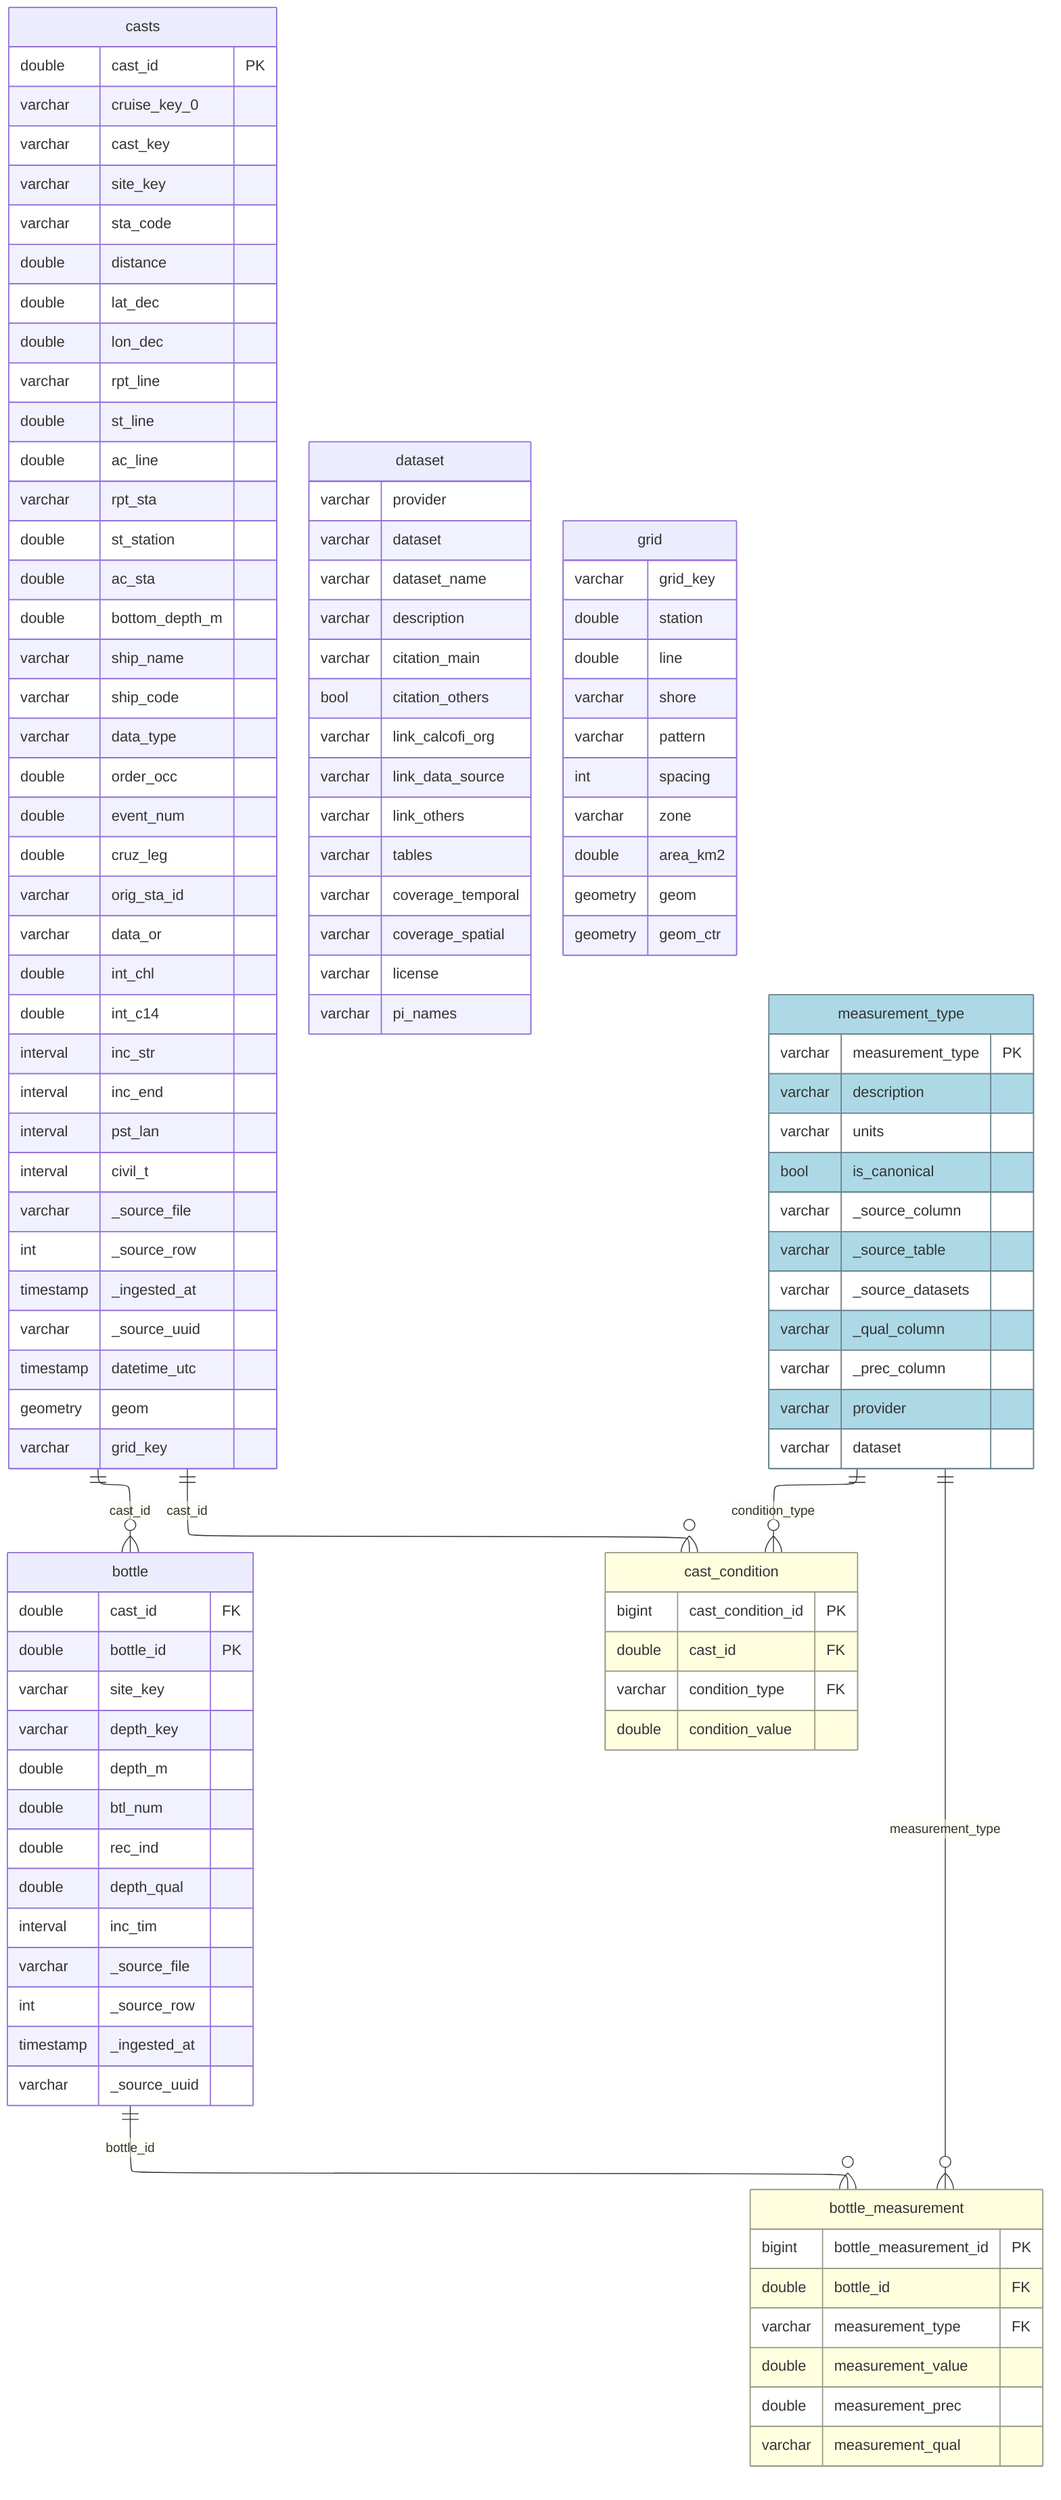
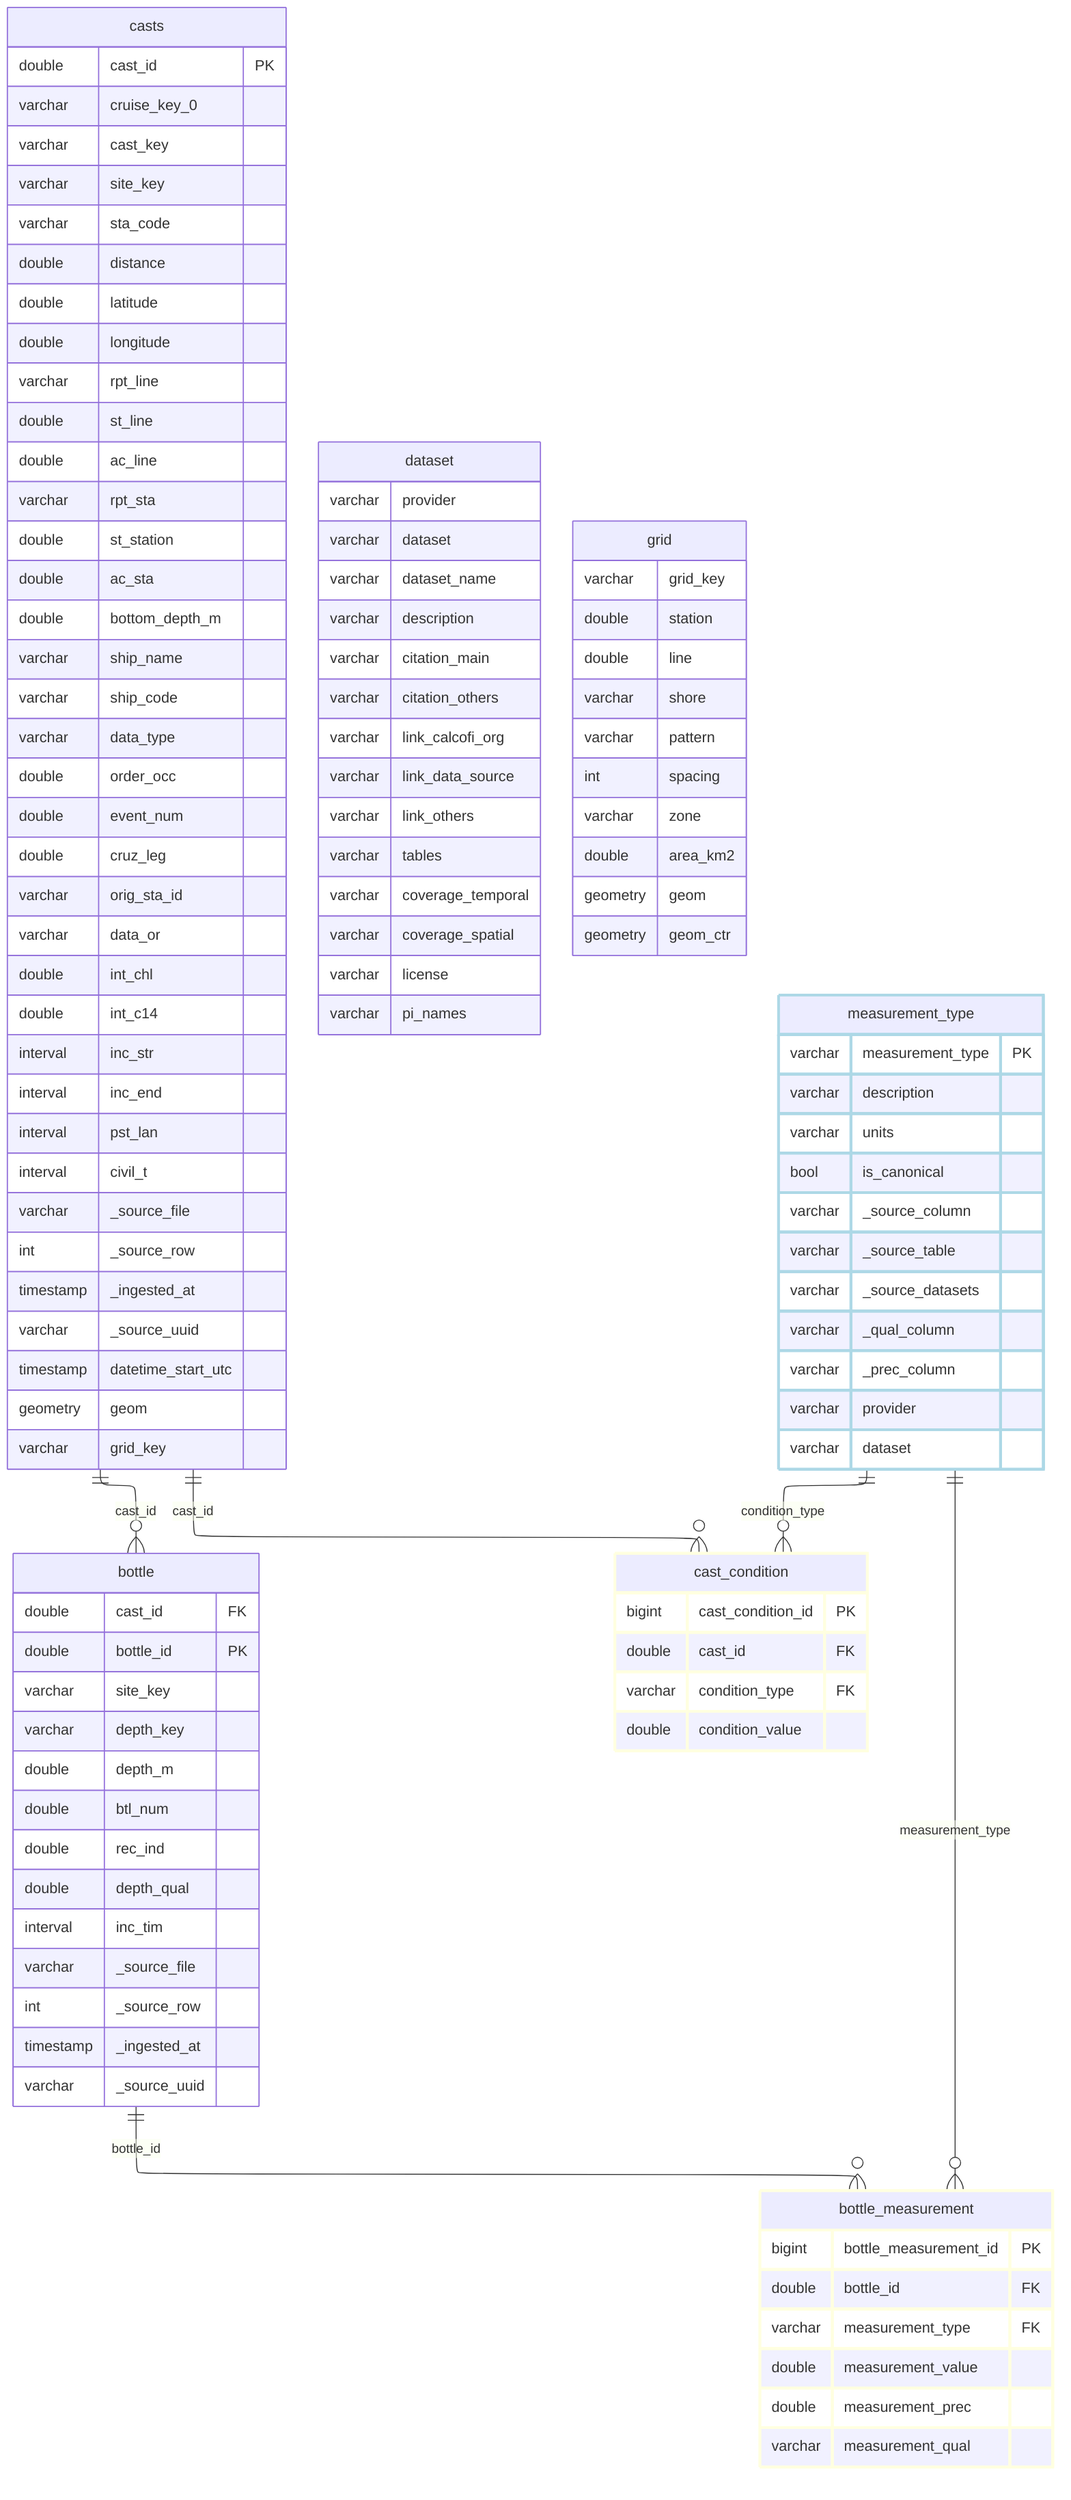
---
config:
  layout: elk
---
erDiagram
    bottle {
        double cast_id FK
        double bottle_id PK
        varchar site_key
        varchar depth_key
        double depth_m
        double btl_num
        double rec_ind
        double depth_qual
        interval inc_tim
        varchar _source_file
        int _source_row
        timestamp _ingested_at
        varchar _source_uuid
    }
    bottle_measurement {
        bigint bottle_measurement_id PK
        double bottle_id FK
        varchar measurement_type FK
        double measurement_value
        double measurement_prec
        varchar measurement_qual
    }
    cast_condition {
        bigint cast_condition_id PK
        double cast_id FK
        varchar condition_type FK
        double condition_value
    }
    casts {
        double cast_id PK
        varchar cruise_key_0
        varchar cast_key
        varchar site_key
        varchar sta_code
        double distance
-         double lat_dec
-         double lon_dec
+         double latitude
+         double longitude
        varchar rpt_line
        double st_line
        double ac_line
        varchar rpt_sta
        double st_station
        double ac_sta
        double bottom_depth_m
        varchar ship_name
        varchar ship_code
        varchar data_type
        double order_occ
        double event_num
        double cruz_leg
        varchar orig_sta_id
        varchar data_or
        double int_chl
        double int_c14
        interval inc_str
        interval inc_end
        interval pst_lan
        interval civil_t
        varchar _source_file
        int _source_row
        timestamp _ingested_at
        varchar _source_uuid
-         timestamp datetime_utc
+         timestamp datetime_start_utc
        geometry geom
        varchar grid_key
    }
    dataset {
        varchar provider
        varchar dataset
        varchar dataset_name
        varchar description
        varchar citation_main
-         bool citation_others
+         varchar citation_others
        varchar link_calcofi_org
        varchar link_data_source
        varchar link_others
        varchar tables
        varchar coverage_temporal
        varchar coverage_spatial
        varchar license
        varchar pi_names
    }
    grid {
        varchar grid_key
        double station
        double line
        varchar shore
        varchar pattern
        int spacing
        varchar zone
        double area_km2
        geometry geom
        geometry geom_ctr
    }
    measurement_type {
        varchar measurement_type PK
        varchar description
        varchar units
        bool is_canonical
        varchar _source_column
        varchar _source_table
        varchar _source_datasets
        varchar _qual_column
        varchar _prec_column
        varchar provider
        varchar dataset
    }
    casts ||--o{ bottle : "cast_id"
    bottle ||--o{ bottle_measurement : "bottle_id"
    measurement_type ||--o{ bottle_measurement : "measurement_type"
    casts ||--o{ cast_condition : "cast_id"
    measurement_type ||--o{ cast_condition : "condition_type"
-     classDef lightyellow fill:#FFFFE0,stroke:#999986
+     classDef lightyellow stroke:#FFFFE0,stroke-width:3px
    class bottle_measurement,cast_condition lightyellow
-     classDef lightblue fill:#ADD8E6,stroke:#68828A
+     classDef lightblue stroke:#ADD8E6,stroke-width:3px
    class measurement_type lightblue
